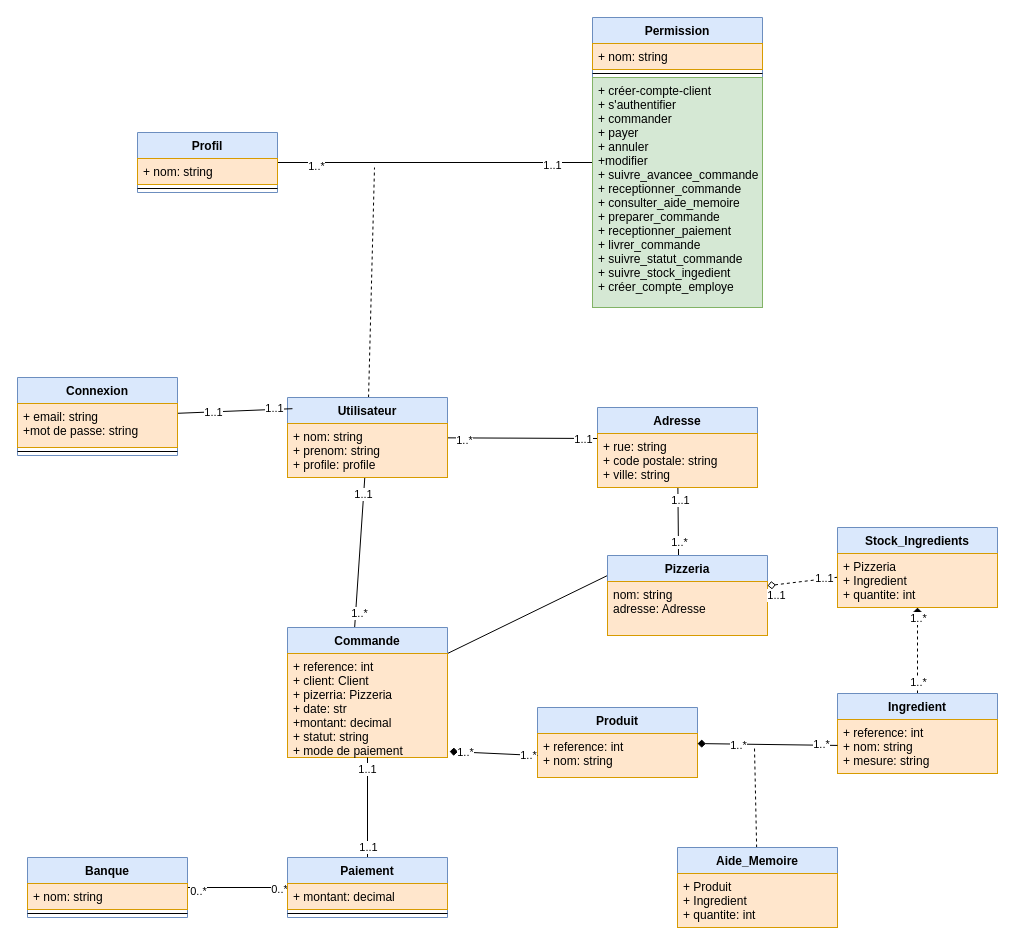
Before: documentation/diagrameDeClasses1.drawio in jbbaillet85/OCpizzas, a draw.io diagram. Source tidied: cells renumbered, new cells numbered last; positions are measured from the earlier drawing's top-left corner, leaving out a move shared by most shapes. Both pictures are drawn from the tidied source at 100%, with x=0, y=0 at pixel (17, 17).
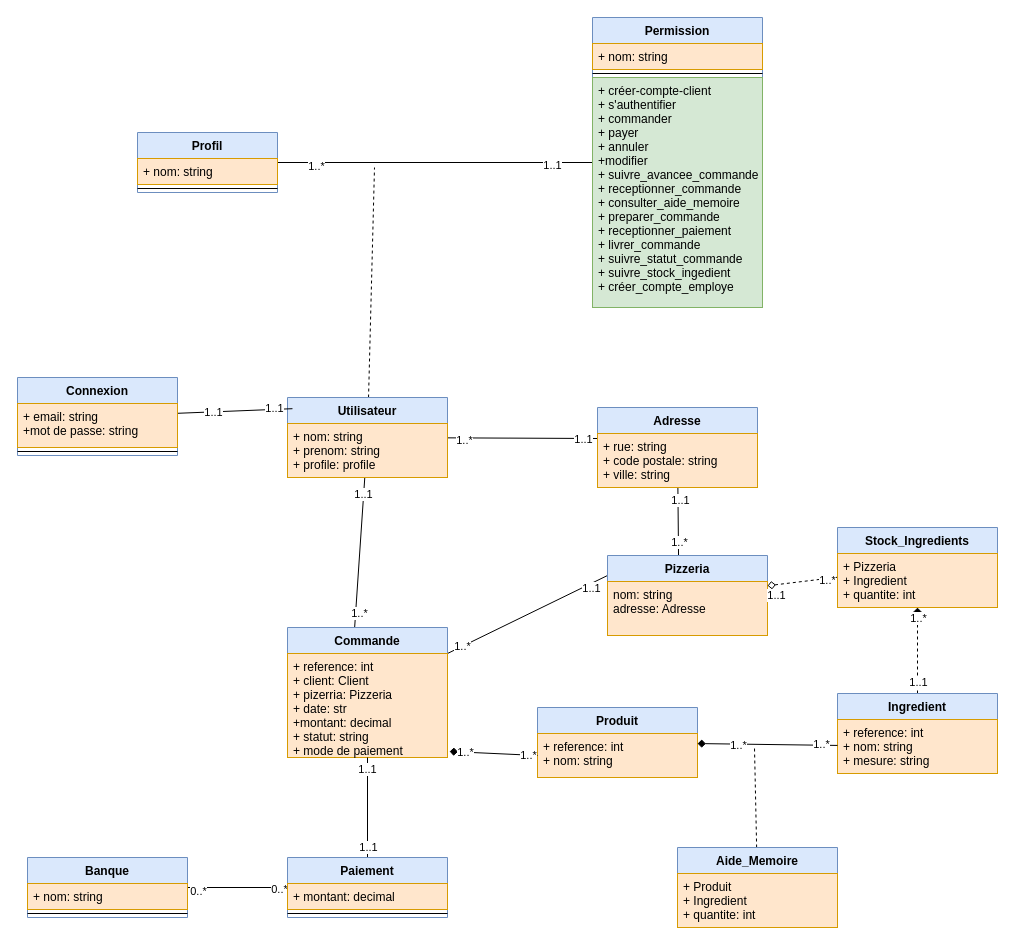
After the change.

The change refers to these unchanged cells:
```xml
<mxCell id="16" style="rounded=0;jettySize=auto;html=1;entryX=0;entryY=0.25;entryDx=0;entryDy=0;endArrow=none;endFill=0;" parent="1" edge="1" source="17" target="21">
  <mxGeometry relative="1" as="geometry" />
</mxCell>
<mxCell id="23" style="edgeStyle=none;rounded=0;jettySize=auto;html=1;endArrow=diamond;endFill=1;dashed=1;startArrow=none;startFill=0;" parent="1" edge="1" source="26" target="40">
  <mxGeometry relative="1" as="geometry" />
</mxCell>
<mxCell id="37" style="edgeStyle=none;rounded=0;jettySize=auto;html=1;startArrow=none;startFill=0;endArrow=diamond;endFill=0;dashed=1;" parent="1" edge="1" source="40" target="21">
  <mxGeometry relative="1" as="geometry" />
</mxCell>
```

Diff of the diagram source:
```diff
@@
+    <mxCell id="38" value="1..1" style="edgeLabel;html=1;align=center;verticalAlign=middle;" parent="16" vertex="1">
+      <mxGeometry x="0.78" y="-4" relative="1" as="geometry" />
+    </mxCell>
+    <mxCell id="70" value="1..*" style="edgeLabel;html=1;align=center;verticalAlign=middle;" parent="16" vertex="1">
+      <mxGeometry x="-0.82" relative="1" as="geometry" />
+    </mxCell>
@@
-    <mxCell id="24" value="1..*" style="edgeLabel;html=1;align=center;verticalAlign=middle;" parent="23" vertex="1">
+    <mxCell id="24" value="1..1" style="edgeLabel;html=1;align=center;verticalAlign=middle;" parent="23" vertex="1">
       <mxGeometry x="-0.71" relative="1" as="geometry" />
     </mxCell>
@@
-    <mxCell id="38" value="1..1" style="edgeLabel;html=1;align=center;verticalAlign=middle;" parent="37" vertex="1">
-      <mxGeometry x="-0.59" relative="1" as="geometry">
-        <mxPoint y="-1" as="offset" />
-      </mxGeometry>
-    </mxCell>
@@
+    <mxCell id="71" value="1..*" style="edgeLabel;html=1;align=center;verticalAlign=middle;" parent="37" vertex="1">
+      <mxGeometry x="-0.68" y="1" relative="1" as="geometry" />
+    </mxCell>
```
